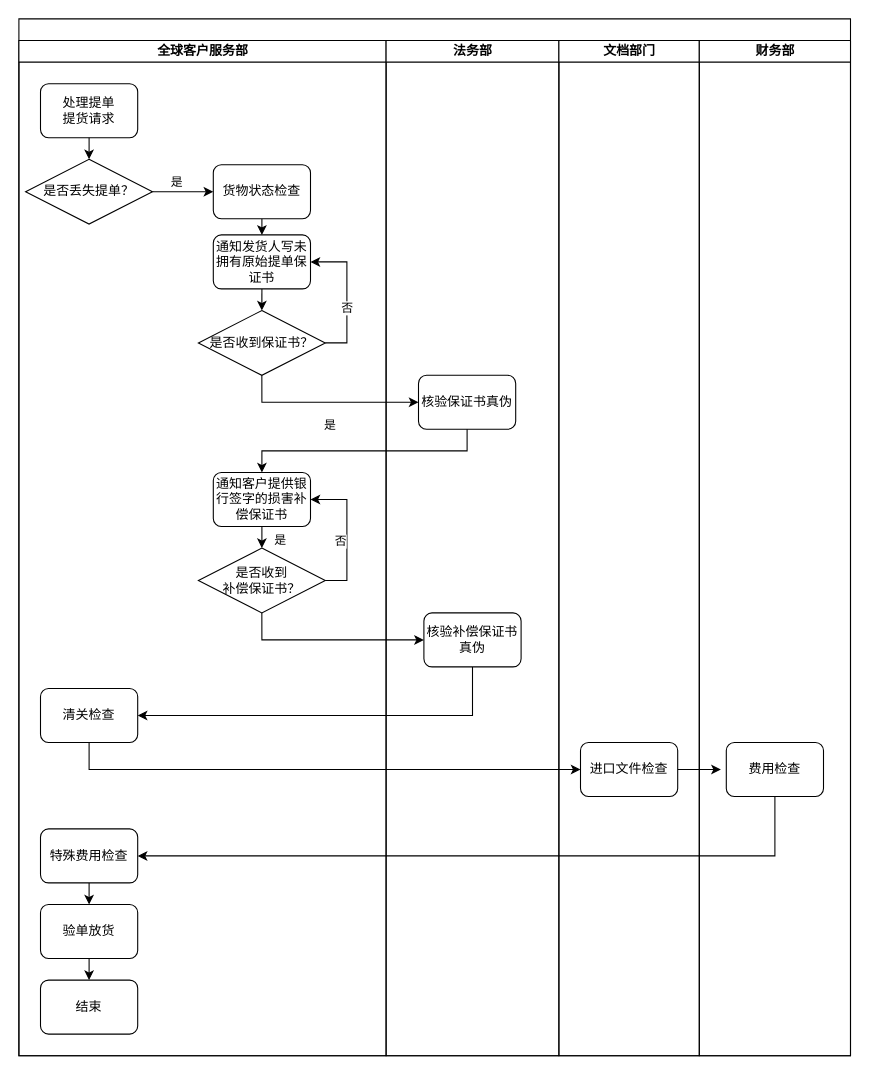
Above: 指示提单提货优化后.drawio in huangdamon/taobao_catch (draw.io), before the change. Source tidied: cells renumbered, new cells numbered last; positions are measured from the earlier drawing's top-left corner, leaving out a move shared by most shapes. Both pictures are drawn from the tidied source at 108%, with x=0, y=0 at pixel (18, 18).
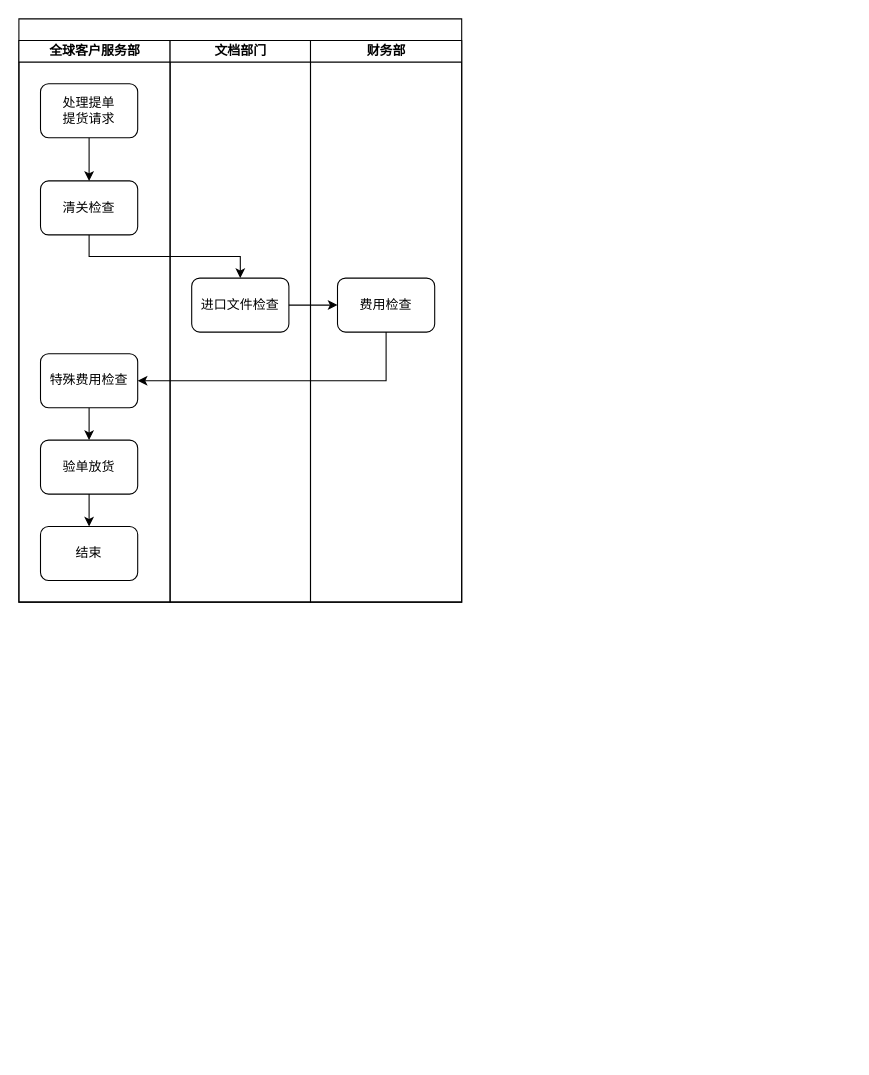
The same diagram, later.

Commit message:
Update 指示提单提货优化后.drawio

Unchanged cells that the change refers to:
```xml
<mxCell id="9" value="处理提单&lt;br&gt;提货请求" style="rounded=1;whiteSpace=wrap;html=1;" parent="3" vertex="1">
  <mxGeometry x="20" y="40" width="90" height="50" as="geometry" />
</mxCell>
```

Change to the diagram source:
```diff
@@
     <mxCell id="2" style="swimlane;html=1;startSize=20;rounded=0;shadow=0;labelBackgroundColor=none;strokeWidth=1;fontFamily=Verdana;fontSize=8;align=center;" parent="1" vertex="1">
-      <mxGeometry width="770" height="960" as="geometry" />
+      <mxGeometry width="410" height="540" as="geometry" />
     </mxCell>
     <mxCell id="3" value="全球客户服务部" style="swimlane;html=1;startSize=20;" parent="2" vertex="1">
-      <mxGeometry y="20" width="340" height="940" as="geometry" />
+      <mxGeometry y="20" width="140" height="520" as="geometry" />
     </mxCell>
-    <mxCell id="4" value="是否丢失提单？" style="rhombus;whiteSpace=wrap;html=1;" parent="3" vertex="1">
-      <mxGeometry x="6.2" y="110" width="117.5" height="60" as="geometry" />
-    </mxCell>
-    <mxCell id="5" style="edgeStyle=orthogonalEdgeStyle;rounded=0;jettySize=auto;html=1;exitX=0.5;exitY=1;exitDx=0;exitDy=0;entryX=0.5;entryY=0;entryDx=0;entryDy=0;" parent="3" edge="1" source="6" target="12">
-      <mxGeometry relative="1" as="geometry" />
-    </mxCell>
-    <mxCell id="6" value="货物状态检查" style="rounded=1;whiteSpace=wrap;html=1;" parent="3" vertex="1">
-      <mxGeometry x="180" y="115" width="90" height="50" as="geometry" />
-    </mxCell>
-    <mxCell id="7" style="edgeStyle=orthogonalEdgeStyle;rounded=0;jettySize=auto;html=1;exitX=1;exitY=0.5;exitDx=0;exitDy=0;" parent="3" edge="1" source="4" target="6">
-      <mxGeometry relative="1" as="geometry" />
-    </mxCell>
-    <mxCell id="8" value="是" style="edgeLabel;html=1;align=center;verticalAlign=middle;" parent="7" vertex="1">
-      <mxGeometry x="-0.03" y="-3" relative="1" as="geometry">
-        <mxPoint x="-5" y="-13" as="offset" />
-      </mxGeometry>
-    </mxCell>
+    <mxCell id="44" style="edgeStyle=orthogonalEdgeStyle;rounded=0;jettySize=auto;html=1;exitX=0.5;exitY=1;exitDx=0;exitDy=0;entryX=0.5;entryY=0;entryDx=0;entryDy=0;" parent="3" edge="1" source="9" target="23">
+      <mxGeometry relative="1" as="geometry" />
+    </mxCell>
@@
-    <mxCell id="10" style="edgeStyle=orthogonalEdgeStyle;rounded=0;jettySize=auto;html=1;exitX=0.5;exitY=1;exitDx=0;exitDy=0;entryX=0.5;entryY=0;entryDx=0;entryDy=0;" parent="3" edge="1" source="9" target="4">
-      <mxGeometry relative="1" as="geometry" />
-    </mxCell>
-    <mxCell id="11" style="edgeStyle=orthogonalEdgeStyle;rounded=0;jettySize=auto;html=1;exitX=0.5;exitY=1;exitDx=0;exitDy=0;entryX=0.5;entryY=0;entryDx=0;entryDy=0;" parent="3" edge="1" source="12" target="16">
-      <mxGeometry relative="1" as="geometry" />
-    </mxCell>
-    <mxCell id="12" value="通知发货人写未拥有原始提单保证书" style="rounded=1;whiteSpace=wrap;html=1;" parent="3" vertex="1">
-      <mxGeometry x="180" y="180" width="90" height="50" as="geometry" />
-    </mxCell>
-    <mxCell id="13" style="edgeStyle=orthogonalEdgeStyle;rounded=0;orthogonalLoop=1;jettySize=auto;html=1;exitX=0.5;exitY=1;exitDx=0;exitDy=0;" parent="3" edge="1" source="6" target="6">
-      <mxGeometry relative="1" as="geometry" />
-    </mxCell>
-    <mxCell id="14" style="edgeStyle=orthogonalEdgeStyle;rounded=0;jettySize=auto;html=1;exitX=1;exitY=0.5;exitDx=0;exitDy=0;entryX=1;entryY=0.5;entryDx=0;entryDy=0;" parent="3" edge="1" source="16" target="12">
-      <mxGeometry relative="1" as="geometry" />
-    </mxCell>
-    <mxCell id="15" value="否" style="edgeLabel;html=1;align=center;verticalAlign=middle;" parent="14" vertex="1">
-      <mxGeometry x="-0.18" relative="1" as="geometry" />
-    </mxCell>
-    <mxCell id="16" value="是否收到保证书？" style="rhombus;whiteSpace=wrap;html=1;" parent="3" vertex="1">
-      <mxGeometry x="166.2" y="250" width="117.5" height="60" as="geometry" />
-    </mxCell>
-    <mxCell id="17" style="edgeStyle=orthogonalEdgeStyle;rounded=0;jettySize=auto;html=1;exitX=0.5;exitY=1;exitDx=0;exitDy=0;" parent="3" edge="1" source="19" target="22">
-      <mxGeometry relative="1" as="geometry" />
-    </mxCell>
-    <mxCell id="18" value="是" style="edgeLabel;html=1;align=center;verticalAlign=middle;" parent="17" vertex="1">
-      <mxGeometry x="-0.14" y="3" relative="1" as="geometry">
-        <mxPoint x="13" y="3" as="offset" />
-      </mxGeometry>
-    </mxCell>
-    <mxCell id="19" value="通知客户提供银行签字的损害补偿保证书" style="rounded=1;whiteSpace=wrap;html=1;" parent="3" vertex="1">
-      <mxGeometry x="180" y="400" width="90" height="50" as="geometry" />
-    </mxCell>
-    <mxCell id="20" style="edgeStyle=orthogonalEdgeStyle;rounded=0;jettySize=auto;html=1;exitX=1;exitY=0.5;exitDx=0;exitDy=0;entryX=1;entryY=0.5;entryDx=0;entryDy=0;" parent="3" edge="1" source="22" target="19">
-      <mxGeometry relative="1" as="geometry" />
-    </mxCell>
-    <mxCell id="21" value="否" style="edgeLabel;html=1;align=center;verticalAlign=middle;" parent="20" vertex="1">
-      <mxGeometry x="-0.11" y="6" relative="1" as="geometry" />
-    </mxCell>
-    <mxCell id="22" value="是否收到&lt;br&gt;补偿保证书？" style="rhombus;whiteSpace=wrap;html=1;" parent="3" vertex="1">
-      <mxGeometry x="166.2" y="470" width="117.5" height="60" as="geometry" />
-    </mxCell>
     <mxCell id="23" value="清关检查" style="rounded=1;whiteSpace=wrap;html=1;" parent="3" vertex="1">
-      <mxGeometry x="20" y="600" width="90" height="50" as="geometry" />
+      <mxGeometry x="20" y="130" width="90" height="50" as="geometry" />
     </mxCell>
@@
     <mxCell id="25" value="特殊费用检查" style="rounded=1;whiteSpace=wrap;html=1;" parent="3" vertex="1">
-      <mxGeometry x="20" y="730" width="90" height="50" as="geometry" />
+      <mxGeometry x="20" y="290" width="90" height="50" as="geometry" />
     </mxCell>
@@
     <mxCell id="27" value="验单放货" style="rounded=1;whiteSpace=wrap;html=1;" parent="3" vertex="1">
-      <mxGeometry x="20" y="800" width="90" height="50" as="geometry" />
+      <mxGeometry x="20" y="370" width="90" height="50" as="geometry" />
     </mxCell>
     <mxCell id="28" value="结束" style="rounded=1;whiteSpace=wrap;html=1;" parent="3" vertex="1">
-      <mxGeometry x="20" y="870" width="90" height="50" as="geometry" />
+      <mxGeometry x="20" y="450" width="90" height="50" as="geometry" />
     </mxCell>
-    <mxCell id="29" value="法务部" style="swimlane;html=1;startSize=20;" parent="2" vertex="1">
-      <mxGeometry x="340" y="20" width="160" height="940" as="geometry" />
-    </mxCell>
-    <mxCell id="30" value="核验保证书真伪" style="rounded=1;whiteSpace=wrap;html=1;" parent="29" vertex="1">
-      <mxGeometry x="30" y="310" width="90" height="50" as="geometry" />
-    </mxCell>
-    <mxCell id="31" value="核验补偿保证书真伪" style="rounded=1;whiteSpace=wrap;html=1;" parent="29" vertex="1">
-      <mxGeometry x="35" y="530" width="90" height="50" as="geometry" />
-    </mxCell>
     <mxCell id="32" value="文档部门" style="swimlane;html=1;startSize=20;" parent="2" vertex="1">
-      <mxGeometry x="500" y="20" width="130" height="940" as="geometry" />
+      <mxGeometry x="140" y="20" width="130" height="520" as="geometry" />
     </mxCell>
-    <mxCell id="33" style="edgeStyle=orthogonalEdgeStyle;rounded=0;jettySize=auto;html=1;exitX=1;exitY=0.5;exitDx=0;exitDy=0;" parent="32" edge="1" source="34">
-      <mxGeometry relative="1" as="geometry">
-        <mxPoint x="150" y="675" as="targetPoint" />
-      </mxGeometry>
-    </mxCell>
     <mxCell id="34" value="进口文件检查" style="rounded=1;whiteSpace=wrap;html=1;" parent="32" vertex="1">
-      <mxGeometry x="20" y="650" width="90" height="50" as="geometry" />
+      <mxGeometry x="20" y="220" width="90" height="50" as="geometry" />
     </mxCell>
     <mxCell id="35" value="财务部" style="swimlane;html=1;startSize=20;" parent="2" vertex="1">
-      <mxGeometry x="630" y="20" width="140" height="940" as="geometry" />
+      <mxGeometry x="270" y="20" width="140" height="520" as="geometry" />
     </mxCell>
     <mxCell id="36" value="费用检查" style="rounded=1;whiteSpace=wrap;html=1;" parent="35" vertex="1">
-      <mxGeometry x="25" y="650" width="90" height="50" as="geometry" />
+      <mxGeometry x="25" y="220" width="90" height="50" as="geometry" />
     </mxCell>
-    <mxCell id="37" style="edgeStyle=orthogonalEdgeStyle;rounded=0;jettySize=auto;html=1;exitX=0.5;exitY=1;exitDx=0;exitDy=0;entryX=0;entryY=0.5;entryDx=0;entryDy=0;" parent="2" edge="1" source="16" target="30">
-      <mxGeometry relative="1" as="geometry" />
-    </mxCell>
-    <mxCell id="38" value="是" style="edgeLabel;html=1;align=center;verticalAlign=middle;" parent="37" vertex="1">
-      <mxGeometry x="-0.21" y="-1" relative="1" as="geometry">
-        <mxPoint x="21" y="19" as="offset" />
-      </mxGeometry>
-    </mxCell>
-    <mxCell id="39" style="edgeStyle=orthogonalEdgeStyle;rounded=0;jettySize=auto;html=1;exitX=0.5;exitY=1;exitDx=0;exitDy=0;entryX=0.5;entryY=0;entryDx=0;entryDy=0;" parent="2" edge="1" source="30" target="19">
-      <mxGeometry relative="1" as="geometry" />
-    </mxCell>
-    <mxCell id="40" style="edgeStyle=orthogonalEdgeStyle;rounded=0;jettySize=auto;html=1;exitX=0.5;exitY=1;exitDx=0;exitDy=0;entryX=0;entryY=0.5;entryDx=0;entryDy=0;" parent="2" edge="1" source="22" target="31">
-      <mxGeometry relative="1" as="geometry" />
-    </mxCell>
-    <mxCell id="41" style="edgeStyle=orthogonalEdgeStyle;rounded=0;jettySize=auto;html=1;exitX=0.5;exitY=1;exitDx=0;exitDy=0;entryX=1;entryY=0.5;entryDx=0;entryDy=0;" parent="2" edge="1" source="31" target="23">
-      <mxGeometry relative="1" as="geometry" />
-    </mxCell>
@@
+    <mxCell id="45" style="edgeStyle=orthogonalEdgeStyle;rounded=0;jettySize=auto;html=1;exitX=1;exitY=0.5;exitDx=0;exitDy=0;entryX=0;entryY=0.5;entryDx=0;entryDy=0;" parent="2" edge="1" source="34" target="36">
+      <mxGeometry relative="1" as="geometry" />
+    </mxCell>
```
